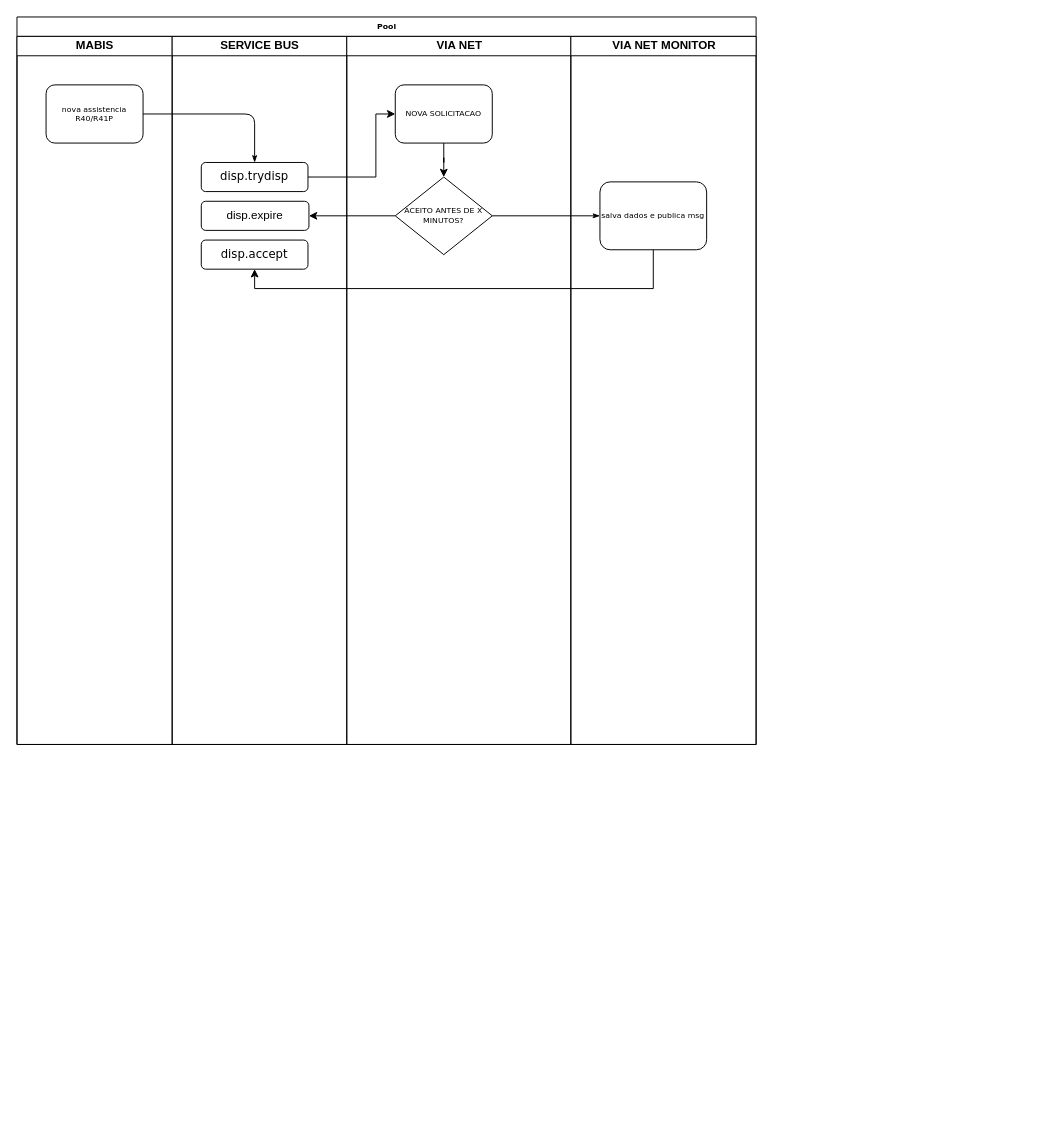
This is page "Fluxo Dispatch" (1 of 2) of dispatch/Processo Dispatch.drawio from rodrigoporcionato/estudos, a draw.io file, before an edit. Source tidied: cells renumbered, new cells numbered last; positions are measured from the earlier drawing's top-left corner, leaving out a move shared by most shapes. Both pictures are drawn from the tidied source at 97%, with x=0, y=0 at pixel (16, 16).
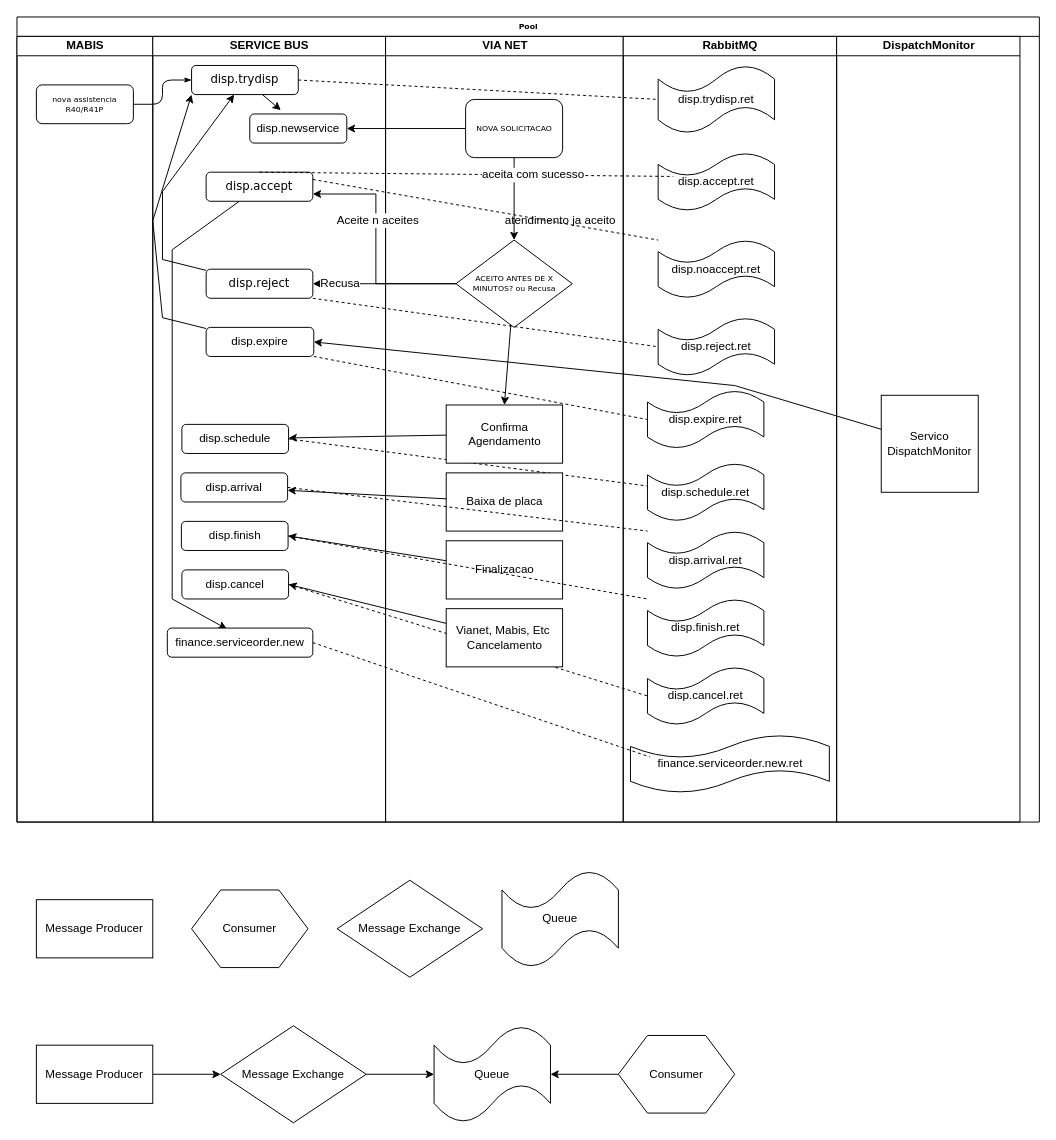
The same page after the edit.

What changed in the source:
```diff
@@
     <mxCell id="2" value="Pool" style="swimlane;html=1;startSize=20;rounded=0;shadow=0;labelBackgroundColor=none;strokeWidth=1;fontFamily=Verdana;fontSize=8;align=center;" parent="1" vertex="1">
-      <mxGeometry width="762" height="750" as="geometry" />
+      <mxGeometry width="1054" height="830" as="geometry" />
     </mxCell>
     <mxCell id="3" value="MABIS" style="swimlane;html=1;startSize=20;" parent="2" vertex="1">
-      <mxGeometry y="20" width="160" height="730" as="geometry" />
+      <mxGeometry y="20" width="140" height="810" as="geometry" />
     </mxCell>
     <mxCell id="4" value="nova assistencia&lt;br&gt;R40/R41P" style="rounded=1;whiteSpace=wrap;html=1;shadow=0;labelBackgroundColor=none;strokeWidth=1;fontFamily=Verdana;fontSize=8;align=center;" parent="3" vertex="1">
-      <mxGeometry x="30" y="50" width="100" height="60" as="geometry" />
+      <mxGeometry x="20" y="50" width="100" height="40" as="geometry" />
     </mxCell>
@@
     <mxCell id="6" value="SERVICE BUS" style="swimlane;html=1;startSize=20;" parent="2" vertex="1">
-      <mxGeometry x="160" y="20" width="180" height="730" as="geometry" />
+      <mxGeometry x="140" y="20" width="240" height="810" as="geometry" />
     </mxCell>
+    <mxCell id="20" style="edgeStyle=none;rounded=0;jettySize=auto;html=1;entryX=0.32;entryY=-0.133;entryDx=0;entryDy=0;entryPerimeter=0;" parent="6" edge="1" source="7" target="25">
+      <mxGeometry relative="1" as="geometry" />
+    </mxCell>
     <mxCell id="7" value="&lt;font style=&quot;font-size: 12px&quot;&gt;disp.trydisp&lt;/font&gt;" style="rounded=1;whiteSpace=wrap;html=1;shadow=0;labelBackgroundColor=none;strokeWidth=1;fontFamily=Verdana;fontSize=8;align=center;" parent="6" vertex="1">
-      <mxGeometry x="30" y="130" width="110" height="30" as="geometry" />
+      <mxGeometry x="40" y="30" width="110" height="30" as="geometry" />
     </mxCell>
+    <mxCell id="21" style="edgeStyle=none;rounded=0;jettySize=auto;html=1;" parent="6" edge="1" source="22" target="7">
+      <mxGeometry relative="1" as="geometry">
+        <Array as="points">
+          <mxPoint x="10" y="230" />
+          <mxPoint x="10" y="160" />
+        </Array>
+      </mxGeometry>
+    </mxCell>
+    <mxCell id="22" value="&lt;font style=&quot;font-size: 12px&quot;&gt;disp.reject&lt;br&gt;&lt;/font&gt;" style="rounded=1;whiteSpace=wrap;html=1;shadow=0;labelBackgroundColor=none;strokeWidth=1;fontFamily=Verdana;fontSize=8;align=center;" parent="6" vertex="1">
+      <mxGeometry x="55" y="240" width="110" height="30" as="geometry" />
+    </mxCell>
+    <mxCell id="23" style="edgeStyle=none;rounded=0;jettySize=auto;html=1;entryX=0;entryY=1;entryDx=0;entryDy=0;" parent="6" edge="1" source="9" target="7">
+      <mxGeometry relative="1" as="geometry">
+        <Array as="points">
+          <mxPoint x="10" y="290" />
+          <mxPoint y="190" />
+        </Array>
+      </mxGeometry>
+    </mxCell>
+    <mxCell id="9" value="disp.expire" style="rounded=1;whiteSpace=wrap;html=1;" parent="6" vertex="1">
+      <mxGeometry x="55" y="300" width="111" height="30" as="geometry" />
+    </mxCell>
+    <mxCell id="24" style="edgeStyle=none;rounded=0;jettySize=auto;html=1;entryX=0.409;entryY=0.027;entryDx=0;entryDy=0;entryPerimeter=0;" parent="6" edge="1" source="8" target="30">
+      <mxGeometry relative="1" as="geometry">
+        <Array as="points">
+          <mxPoint x="20" y="220" />
+          <mxPoint x="20" y="580" />
+        </Array>
+      </mxGeometry>
+    </mxCell>
     <mxCell id="8" value="&lt;font style=&quot;font-size: 12px&quot;&gt;disp.accept&lt;/font&gt;" style="rounded=1;whiteSpace=wrap;html=1;shadow=0;labelBackgroundColor=none;strokeWidth=1;fontFamily=Verdana;fontSize=8;align=center;" parent="6" vertex="1">
-      <mxGeometry x="30" y="210" width="110" height="30" as="geometry" />
+      <mxGeometry x="55" y="140" width="110" height="30" as="geometry" />
     </mxCell>
-    <mxCell id="9" value="disp.expire" style="rounded=1;whiteSpace=wrap;html=1;" parent="6" vertex="1">
-      <mxGeometry x="30" y="170" width="111" height="30" as="geometry" />
-    </mxCell>
+    <mxCell id="25" value="disp.newservice" style="rounded=1;whiteSpace=wrap;html=1;" parent="6" vertex="1">
+      <mxGeometry x="100" y="80" width="100" height="30" as="geometry" />
+    </mxCell>
+    <mxCell id="26" value="disp.schedule" style="rounded=1;whiteSpace=wrap;html=1;" parent="6" vertex="1">
+      <mxGeometry x="30" y="400" width="110" height="30" as="geometry" />
+    </mxCell>
+    <mxCell id="27" value="disp.arrival" style="rounded=1;whiteSpace=wrap;html=1;" parent="6" vertex="1">
+      <mxGeometry x="29" y="450" width="110" height="30" as="geometry" />
+    </mxCell>
+    <mxCell id="28" value="disp.finish" style="rounded=1;whiteSpace=wrap;html=1;" parent="6" vertex="1">
+      <mxGeometry x="29.5" y="500" width="110" height="30" as="geometry" />
+    </mxCell>
+    <mxCell id="29" value="disp.cancel" style="rounded=1;whiteSpace=wrap;html=1;" parent="6" vertex="1">
+      <mxGeometry x="30" y="550" width="110" height="30" as="geometry" />
+    </mxCell>
+    <mxCell id="30" value="finance.serviceorder.new" style="rounded=1;whiteSpace=wrap;html=1;" parent="6" vertex="1">
+      <mxGeometry x="15" y="610" width="150" height="30" as="geometry" />
+    </mxCell>
+    <mxCell id="31" style="endArrow=none;dashed=1;html=1;exitX=1;exitY=0.5;exitDx=0;exitDy=0;entryX=0;entryY=0.5;entryDx=0;entryDy=0;" parent="2" edge="1" source="29" target="55">
+      <mxGeometry relative="1" as="geometry" />
+    </mxCell>
     <mxCell id="10" value="VIA NET" style="swimlane;html=1;startSize=20;" parent="2" vertex="1">
-      <mxGeometry x="340" y="20" width="231" height="730" as="geometry" />
+      <mxGeometry x="380" y="20" width="245" height="810" as="geometry" />
     </mxCell>
-    <mxCell id="11" style="edgeStyle=orthogonalEdgeStyle;rounded=0;jettySize=auto;html=1;" parent="10" edge="1" source="12" target="13">
-      <mxGeometry relative="1" as="geometry" />
-    </mxCell>
+    <mxCell id="32" style="edgeStyle=orthogonalEdgeStyle;rounded=0;jettySize=auto;html=1;" parent="10" edge="1" source="12" target="34">
+      <mxGeometry relative="1" as="geometry" />
+    </mxCell>
     <mxCell id="12" value="NOVA SOLICITACAO" style="rounded=1;whiteSpace=wrap;html=1;shadow=0;labelBackgroundColor=none;strokeWidth=1;fontFamily=Verdana;fontSize=8;align=center;" parent="10" vertex="1">
-      <mxGeometry x="50" y="50" width="100" height="60" as="geometry" />
+      <mxGeometry x="82.5" y="65" width="100" height="60" as="geometry" />
     </mxCell>
-    <mxCell id="13" value="ACEITO ANTES DE X MINUTOS?" style="rhombus;whiteSpace=wrap;html=1;rounded=0;shadow=0;labelBackgroundColor=none;strokeWidth=1;fontFamily=Verdana;fontSize=8;align=center;" parent="10" vertex="1">
-      <mxGeometry x="50" y="145" width="100" height="80" as="geometry" />
-    </mxCell>
-    <mxCell id="14" style="edgeStyle=orthogonalEdgeStyle;rounded=1;html=1;labelBackgroundColor=none;startArrow=none;startFill=0;startSize=5;endArrow=classicThin;endFill=1;endSize=5;jettySize=auto;strokeWidth=1;fontFamily=Verdana;fontSize=8;" parent="2" edge="1" source="13" target="16">
-      <mxGeometry relative="1" as="geometry" />
-    </mxCell>
-    <mxCell id="15" value="VIA NET MONITOR" style="swimlane;html=1;startSize=20;" parent="2" vertex="1">
-      <mxGeometry x="571" y="20" width="191" height="730" as="geometry" />
-    </mxCell>
-    <mxCell id="16" value="salva dados e publica msg" style="rounded=1;whiteSpace=wrap;html=1;shadow=0;labelBackgroundColor=none;strokeWidth=1;fontFamily=Verdana;fontSize=8;align=center;" parent="15" vertex="1">
-      <mxGeometry x="30" y="150" width="110" height="70" as="geometry" />
-    </mxCell>
-    <mxCell id="17" style="edgeStyle=orthogonalEdgeStyle;rounded=0;jettySize=auto;html=1;" parent="2" edge="1" source="16" target="8">
-      <mxGeometry relative="1" as="geometry">
-        <Array as="points">
-          <mxPoint x="656" y="280" />
-          <mxPoint x="245" y="280" />
-        </Array>
-      </mxGeometry>
-    </mxCell>
-    <mxCell id="18" style="edgeStyle=orthogonalEdgeStyle;rounded=0;jettySize=auto;html=1;entryX=0;entryY=0.5;entryDx=0;entryDy=0;" parent="2" edge="1" source="7" target="12">
-      <mxGeometry relative="1" as="geometry">
-        <Array as="points">
-          <mxPoint x="370" y="165" />
-          <mxPoint x="370" y="100" />
-        </Array>
-      </mxGeometry>
-    </mxCell>
-    <mxCell id="19" style="edgeStyle=orthogonalEdgeStyle;rounded=0;jettySize=auto;html=1;entryX=1;entryY=0.5;entryDx=0;entryDy=0;" parent="2" edge="1" source="13" target="9">
-      <mxGeometry relative="1" as="geometry" />
-    </mxCell>
+    <mxCell id="33" style="edgeStyle=none;rounded=0;jettySize=auto;html=1;entryX=0.5;entryY=0;entryDx=0;entryDy=0;" parent="10" edge="1" source="34" target="40">
+      <mxGeometry relative="1" as="geometry" />
+    </mxCell>
+    <mxCell id="34" value="ACEITO ANTES DE X MINUTOS? ou Recusa" style="rhombus;whiteSpace=wrap;html=1;rounded=0;shadow=0;labelBackgroundColor=none;strokeWidth=1;fontFamily=Verdana;fontSize=8;align=center;" parent="10" vertex="1">
+      <mxGeometry x="72.5" y="210" width="120" height="90" as="geometry" />
+    </mxCell>
+    <mxCell id="35" value="atendimento ja aceito" style="text;html=1;align=center;verticalAlign=middle;" parent="10" vertex="1">
+      <mxGeometry x="115" y="180" width="130" height="20" as="geometry" />
+    </mxCell>
+    <mxCell id="36" value="Vianet, Mabis, Etc&amp;nbsp;&lt;br&gt;Cancelamento" style="rounded=0;whiteSpace=wrap;html=1;" parent="10" vertex="1">
+      <mxGeometry x="62.5" y="590" width="120" height="60" as="geometry" />
+    </mxCell>
+    <mxCell id="37" style="endArrow=none;dashed=1;html=1;exitX=1;exitY=0.5;exitDx=0;exitDy=0;entryX=0;entryY=0.5;entryDx=0;entryDy=0;" parent="10" edge="1" source="26">
+      <mxGeometry relative="1" as="geometry">
+        <mxPoint x="281" y="465" as="targetPoint" />
+      </mxGeometry>
+    </mxCell>
+    <mxCell id="38" value="Finalizacao" style="rounded=0;whiteSpace=wrap;html=1;" parent="10" vertex="1">
+      <mxGeometry x="62.5" y="520" width="120" height="60" as="geometry" />
+    </mxCell>
+    <mxCell id="39" value="Baixa de placa" style="rounded=0;whiteSpace=wrap;html=1;" parent="10" vertex="1">
+      <mxGeometry x="62.5" y="450" width="120" height="60" as="geometry" />
+    </mxCell>
+    <mxCell id="40" value="Confirma Agendamento" style="rounded=0;whiteSpace=wrap;html=1;" parent="10" vertex="1">
+      <mxGeometry x="62.5" y="380" width="120" height="60" as="geometry" />
+    </mxCell>
+    <mxCell id="41" style="endArrow=none;dashed=1;html=1;entryX=0;entryY=0.5;entryDx=0;entryDy=0;exitX=1;exitY=0.5;exitDx=0;exitDy=0;" parent="2" edge="1" source="7" target="47">
+      <mxGeometry relative="1" as="geometry" />
+    </mxCell>
+    <mxCell id="42" style="edgeStyle=orthogonalEdgeStyle;rounded=0;jettySize=auto;html=1;entryX=1;entryY=0.75;entryDx=0;entryDy=0;" parent="2" edge="1" source="34" target="8">
+      <mxGeometry relative="1" as="geometry">
+        <Array as="points">
+          <mxPoint x="370" y="275" />
+          <mxPoint x="370" y="183" />
+        </Array>
+      </mxGeometry>
+    </mxCell>
+    <mxCell id="43" value="Aceite n aceites" style="text;html=1;align=center;verticalAlign=middle;labelBackgroundColor=#ffffff;" parent="42" vertex="1">
+      <mxGeometry x="0.23" y="-1" relative="1" as="geometry" />
+    </mxCell>
+    <mxCell id="44" style="edgeStyle=orthogonalEdgeStyle;rounded=0;jettySize=auto;html=1;entryX=1;entryY=0.5;entryDx=0;entryDy=0;" parent="2" edge="1" source="34" target="22">
+      <mxGeometry relative="1" as="geometry" />
+    </mxCell>
+    <mxCell id="45" value="Recusa" style="text;html=1;align=center;verticalAlign=middle;labelBackgroundColor=#ffffff;" parent="44" vertex="1">
+      <mxGeometry x="0.18" relative="1" as="geometry">
+        <mxPoint x="-33.5" y="-0.2" as="offset" />
+      </mxGeometry>
+    </mxCell>
+    <mxCell id="46" value="RabbitMQ" style="swimlane;html=1;startSize=20;" parent="2" vertex="1">
+      <mxGeometry x="625" y="20" width="220" height="810" as="geometry" />
+    </mxCell>
+    <mxCell id="47" value="disp.trydisp.ret" style="shape=tape;whiteSpace=wrap;html=1;" parent="46" vertex="1">
+      <mxGeometry x="36" y="30" width="120" height="70" as="geometry" />
+    </mxCell>
+    <mxCell id="48" value="disp.accept.ret" style="shape=tape;whiteSpace=wrap;html=1;" parent="46" vertex="1">
+      <mxGeometry x="36" y="120" width="120" height="60" as="geometry" />
+    </mxCell>
+    <mxCell id="49" value="disp.noaccept.ret" style="shape=tape;whiteSpace=wrap;html=1;" parent="46" vertex="1">
+      <mxGeometry x="36" y="210" width="120" height="60" as="geometry" />
+    </mxCell>
+    <mxCell id="50" value="disp.reject.ret" style="shape=tape;whiteSpace=wrap;html=1;" parent="46" vertex="1">
+      <mxGeometry x="36" y="290" width="120" height="60" as="geometry" />
+    </mxCell>
+    <mxCell id="51" value="disp.expire.ret" style="shape=tape;whiteSpace=wrap;html=1;" parent="46" vertex="1">
+      <mxGeometry x="25" y="365" width="120" height="60" as="geometry" />
+    </mxCell>
+    <mxCell id="52" value="disp.schedule.ret" style="shape=tape;whiteSpace=wrap;html=1;" parent="46" vertex="1">
+      <mxGeometry x="25" y="440" width="120" height="60" as="geometry" />
+    </mxCell>
+    <mxCell id="53" value="disp.arrival.ret" style="shape=tape;whiteSpace=wrap;html=1;" parent="46" vertex="1">
+      <mxGeometry x="25" y="510" width="120" height="60" as="geometry" />
+    </mxCell>
+    <mxCell id="54" value="disp.finish.ret" style="shape=tape;whiteSpace=wrap;html=1;" parent="46" vertex="1">
+      <mxGeometry x="25" y="580" width="120" height="60" as="geometry" />
+    </mxCell>
+    <mxCell id="55" value="disp.cancel.ret" style="shape=tape;whiteSpace=wrap;html=1;" parent="46" vertex="1">
+      <mxGeometry x="25" y="650" width="120" height="60" as="geometry" />
+    </mxCell>
+    <mxCell id="56" value="finance.serviceorder.new.ret" style="shape=tape;whiteSpace=wrap;html=1;" parent="46" vertex="1">
+      <mxGeometry x="7.5" y="720" width="205" height="60" as="geometry" />
+    </mxCell>
+    <mxCell id="57" value="DispatchMonitor" style="swimlane;html=1;startSize=20;" parent="2" vertex="1">
+      <mxGeometry x="845" y="20" width="189" height="810" as="geometry" />
+    </mxCell>
+    <mxCell id="58" value="Servico DispatchMonitor" style="whiteSpace=wrap;html=1;" parent="57" vertex="1">
+      <mxGeometry x="46" y="370" width="100" height="100" as="geometry" />
+    </mxCell>
+    <mxCell id="59" style="endArrow=none;dashed=1;html=1;entryX=0.13;entryY=0.407;entryDx=0;entryDy=0;entryPerimeter=0;exitX=0.5;exitY=0;exitDx=0;exitDy=0;" parent="2" edge="1" source="8" target="48">
+      <mxGeometry relative="1" as="geometry" />
+    </mxCell>
+    <mxCell id="60" value="aceita com sucesso" style="text;html=1;align=center;verticalAlign=middle;labelBackgroundColor=#ffffff;" parent="59" vertex="1">
+      <mxGeometry x="0.32" relative="1" as="geometry" />
+    </mxCell>
+    <mxCell id="61" style="endArrow=none;dashed=1;html=1;entryX=0;entryY=0;entryDx=0;entryDy=0;exitX=1;exitY=0.25;exitDx=0;exitDy=0;" parent="2" edge="1" source="8" target="49">
+      <mxGeometry relative="1" as="geometry" />
+    </mxCell>
+    <mxCell id="62" style="endArrow=none;dashed=1;html=1;exitX=1;exitY=1;exitDx=0;exitDy=0;entryX=0;entryY=0.5;entryDx=0;entryDy=0;" parent="2" edge="1" source="22" target="50">
+      <mxGeometry relative="1" as="geometry" />
+    </mxCell>
+    <mxCell id="63" style="edgeStyle=none;rounded=0;jettySize=auto;html=1;entryX=1;entryY=0.5;entryDx=0;entryDy=0;" parent="2" edge="1" source="58" target="9">
+      <mxGeometry relative="1" as="geometry">
+        <Array as="points">
+          <mxPoint x="740" y="380" />
+        </Array>
+      </mxGeometry>
+    </mxCell>
+    <mxCell id="64" style="endArrow=none;dashed=1;html=1;exitX=1;exitY=1;exitDx=0;exitDy=0;entryX=0;entryY=0.5;entryDx=0;entryDy=0;" parent="2" edge="1" source="9" target="51">
+      <mxGeometry relative="1" as="geometry" />
+    </mxCell>
+    <mxCell id="65" style="edgeStyle=none;rounded=0;jettySize=auto;html=1;" parent="2" edge="1" source="40" target="26">
+      <mxGeometry relative="1" as="geometry" />
+    </mxCell>
+    <mxCell id="66" style="edgeStyle=none;rounded=0;jettySize=auto;html=1;" parent="2" edge="1" source="39" target="27">
+      <mxGeometry relative="1" as="geometry" />
+    </mxCell>
+    <mxCell id="67" style="edgeStyle=none;rounded=0;jettySize=auto;html=1;entryX=1;entryY=0.5;entryDx=0;entryDy=0;" parent="2" edge="1" source="38" target="28">
+      <mxGeometry relative="1" as="geometry" />
+    </mxCell>
+    <mxCell id="68" style="edgeStyle=none;rounded=0;jettySize=auto;html=1;entryX=1;entryY=0.5;entryDx=0;entryDy=0;" parent="2" edge="1" source="36" target="29">
+      <mxGeometry relative="1" as="geometry" />
+    </mxCell>
+    <mxCell id="69" style="endArrow=none;dashed=1;html=1;exitX=1;exitY=0.5;exitDx=0;exitDy=0;entryX=0.097;entryY=0.38;entryDx=0;entryDy=0;entryPerimeter=0;" parent="2" edge="1" source="30" target="56">
+      <mxGeometry relative="1" as="geometry" />
+    </mxCell>
+    <mxCell id="70" style="edgeStyle=orthogonalEdgeStyle;rounded=0;jettySize=auto;html=1;exitX=0;exitY=0.5;exitDx=0;exitDy=0;entryX=1;entryY=0.5;entryDx=0;entryDy=0;" parent="2" edge="1" source="12" target="25">
+      <mxGeometry relative="1" as="geometry" />
+    </mxCell>
+    <mxCell id="71" style="endArrow=none;dashed=1;html=1;exitX=1;exitY=0.5;exitDx=0;exitDy=0;entryX=0;entryY=0;entryDx=0;entryDy=0;" parent="2" edge="1" source="27" target="53">
+      <mxGeometry relative="1" as="geometry" />
+    </mxCell>
+    <mxCell id="72" style="endArrow=none;dashed=1;html=1;exitX=1;exitY=0.5;exitDx=0;exitDy=0;entryX=0;entryY=0;entryDx=0;entryDy=0;" parent="2" edge="1" source="28" target="54">
+      <mxGeometry relative="1" as="geometry" />
+    </mxCell>
+    <mxCell id="73" value="Message Producer" style="rounded=0;whiteSpace=wrap;html=1;" parent="1" vertex="1">
+      <mxGeometry x="20" y="910" width="120" height="60" as="geometry" />
+    </mxCell>
+    <mxCell id="74" value="Message Exchange" style="rhombus;whiteSpace=wrap;html=1;" parent="1" vertex="1">
+      <mxGeometry x="330" y="890" width="150" height="100" as="geometry" />
+    </mxCell>
+    <mxCell id="75" value="Queue" style="shape=tape;whiteSpace=wrap;html=1;" parent="1" vertex="1">
+      <mxGeometry x="500" y="880" width="120" height="100" as="geometry" />
+    </mxCell>
+    <mxCell id="76" value="Consumer" style="shape=hexagon;perimeter=hexagonPerimeter2;whiteSpace=wrap;html=1;" parent="1" vertex="1">
+      <mxGeometry x="180" y="900" width="120" height="80" as="geometry" />
+    </mxCell>
+    <mxCell id="77" style="edgeStyle=orthogonalEdgeStyle;rounded=0;jettySize=auto;html=1;exitX=1;exitY=0.5;exitDx=0;exitDy=0;entryX=0;entryY=0.5;entryDx=0;entryDy=0;entryPerimeter=0;" parent="1" edge="1" source="78" target="81">
+      <mxGeometry relative="1" as="geometry" />
+    </mxCell>
+    <mxCell id="78" value="Message Exchange" style="rhombus;whiteSpace=wrap;html=1;" parent="1" vertex="1">
+      <mxGeometry x="210" y="1040" width="150" height="100" as="geometry" />
+    </mxCell>
+    <mxCell id="79" style="edgeStyle=orthogonalEdgeStyle;rounded=0;jettySize=auto;html=1;entryX=0;entryY=0.5;entryDx=0;entryDy=0;" parent="1" edge="1" source="80" target="78">
+      <mxGeometry relative="1" as="geometry" />
+    </mxCell>
+    <mxCell id="80" value="Message Producer" style="rounded=0;whiteSpace=wrap;html=1;" parent="1" vertex="1">
+      <mxGeometry x="20" y="1060" width="120" height="60" as="geometry" />
+    </mxCell>
+    <mxCell id="81" value="Queue" style="shape=tape;whiteSpace=wrap;html=1;" parent="1" vertex="1">
+      <mxGeometry x="430" y="1040" width="120" height="100" as="geometry" />
+    </mxCell>
+    <mxCell id="82" style="edgeStyle=orthogonalEdgeStyle;rounded=0;jettySize=auto;html=1;entryX=1;entryY=0.5;entryDx=0;entryDy=0;entryPerimeter=0;" parent="1" edge="1" source="83" target="81">
+      <mxGeometry relative="1" as="geometry" />
+    </mxCell>
+    <mxCell id="83" value="Consumer" style="shape=hexagon;perimeter=hexagonPerimeter2;whiteSpace=wrap;html=1;" parent="1" vertex="1">
+      <mxGeometry x="620" y="1050" width="120" height="80" as="geometry" />
+    </mxCell>
```
